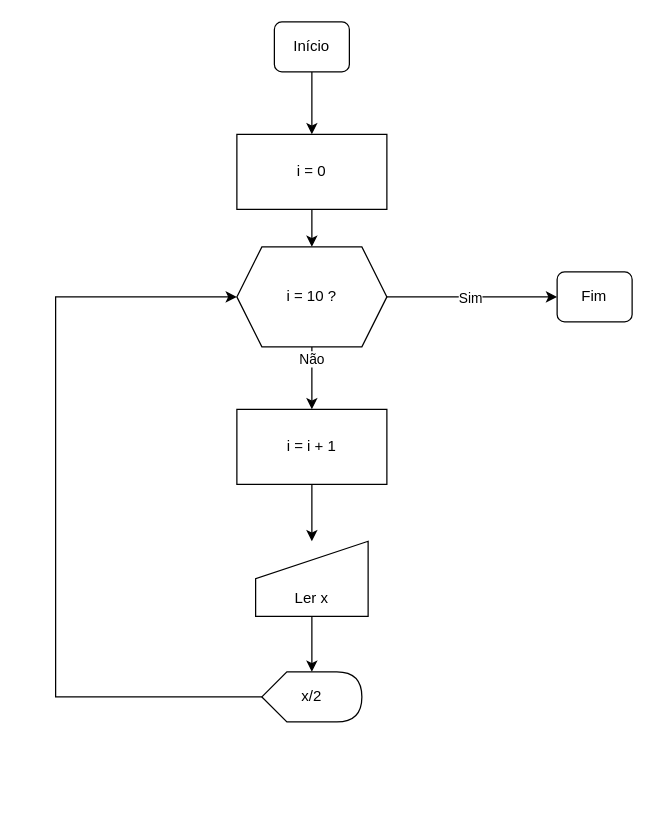
Before: atv_1_pt_3_ex_2.drawio in GustavoShudi/draw_io_algoritmo, a draw.io diagram. Source tidied: cells renumbered, new cells numbered last; positions are measured from the earlier drawing's top-left corner, leaving out a move shared by most shapes. Both pictures are drawn from the tidied source at 125%, with x=0, y=0 at pixel (55, 21).
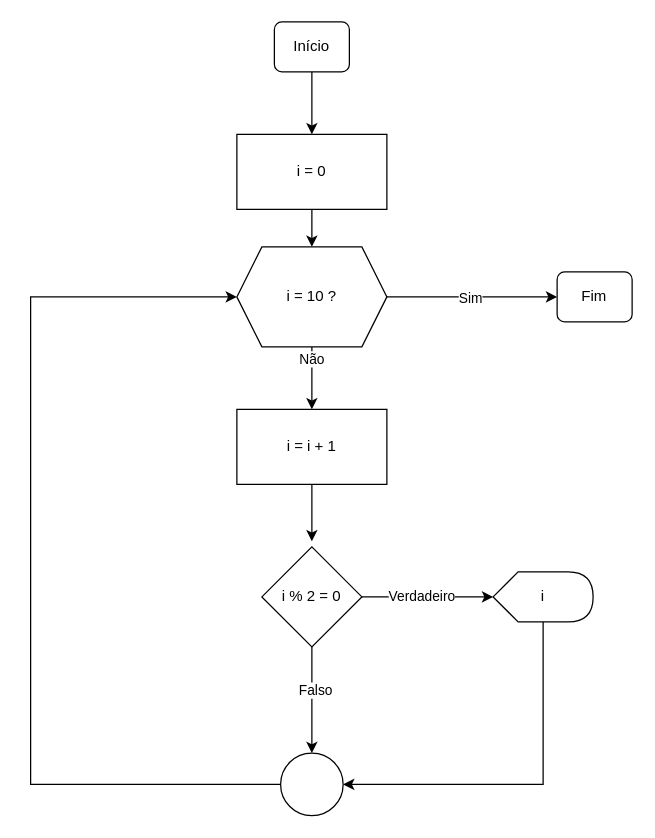
The same diagram, later.

Unchanged cells that the change refers to:
```xml
<mxCell id="12" value="i = 10 ?" style="shape=hexagon;perimeter=hexagonPerimeter2;whiteSpace=wrap;html=1;fixedSize=1;" parent="1" vertex="1">
  <mxGeometry x="145" y="180" width="120" height="80" as="geometry" />
</mxCell>
<mxCell id="14" value="i = i + 1" style="whiteSpace=wrap;html=1;" parent="1" vertex="1">
  <mxGeometry x="145" y="310" width="120" height="60" as="geometry" />
</mxCell>
```

What changed in the source:
```diff
@@
-    <mxCell id="4" style="edgeStyle=orthogonalEdgeStyle;rounded=0;jettySize=auto;html=1;" parent="1" edge="1" source="5" target="16">
-      <mxGeometry relative="1" as="geometry" />
-    </mxCell>
-    <mxCell id="5" value="&lt;div&gt;&lt;br&gt;&lt;/div&gt;&lt;div&gt;&lt;br&gt;&lt;/div&gt;Ler x" style="shape=manualInput;whiteSpace=wrap;html=1;" parent="1" vertex="1">
-      <mxGeometry x="160" y="415.5" width="90" height="60" as="geometry" />
-    </mxCell>
@@
-    <mxCell id="13" style="edgeStyle=orthogonalEdgeStyle;rounded=0;jettySize=auto;html=1;" parent="1" edge="1" source="14" target="5">
-      <mxGeometry relative="1" as="geometry" />
+    <mxCell id="13" style="edgeStyle=orthogonalEdgeStyle;rounded=0;jettySize=auto;html=1;" parent="1" edge="1" source="14">
+      <mxGeometry relative="1" as="geometry">
+        <mxPoint x="205" y="415.5" as="targetPoint" />
+      </mxGeometry>
     </mxCell>
@@
-    <mxCell id="15" style="edgeStyle=orthogonalEdgeStyle;rounded=0;jettySize=auto;html=1;entryX=0;entryY=0.5;entryDx=0;entryDy=0;" parent="1" edge="1" source="16" target="12">
-      <mxGeometry relative="1" as="geometry">
-        <Array as="points">
-          <mxPoint y="540" />
-          <mxPoint y="220" />
-        </Array>
-      </mxGeometry>
-    </mxCell>
+    <mxCell id="18" style="edgeStyle=orthogonalEdgeStyle;rounded=0;jettySize=auto;html=1;entryX=1;entryY=0.5;entryDx=0;entryDy=0;" parent="1" edge="1" source="16" target="25">
+      <mxGeometry relative="1" as="geometry">
+        <Array as="points">
+          <mxPoint x="390" y="610" />
+        </Array>
+      </mxGeometry>
+    </mxCell>
-    <mxCell id="16" value="x/2" style="shape=display;whiteSpace=wrap;html=1;" parent="1" vertex="1">
-      <mxGeometry x="165" y="520" width="80" height="40" as="geometry" />
+    <mxCell id="16" value="i" style="shape=display;whiteSpace=wrap;html=1;" parent="1" vertex="1">
+      <mxGeometry x="350" y="440" width="80" height="40" as="geometry" />
     </mxCell>
@@
+    <mxCell id="19" style="edgeStyle=orthogonalEdgeStyle;rounded=0;jettySize=auto;html=1;" parent="1" edge="1" source="23" target="16">
+      <mxGeometry relative="1" as="geometry" />
+    </mxCell>
+    <mxCell id="20" value="Verdadeiro" style="edgeLabel;html=1;align=center;verticalAlign=middle;" parent="19" vertex="1">
+      <mxGeometry x="-0.1" y="1" relative="1" as="geometry" />
+    </mxCell>
+    <mxCell id="21" style="edgeStyle=orthogonalEdgeStyle;rounded=0;jettySize=auto;html=1;entryX=0.5;entryY=0;entryDx=0;entryDy=0;" parent="1" edge="1" source="23" target="25">
+      <mxGeometry relative="1" as="geometry" />
+    </mxCell>
+    <mxCell id="22" value="Falso" style="edgeLabel;html=1;align=center;verticalAlign=middle;" parent="21" vertex="1">
+      <mxGeometry x="-0.2" y="2" relative="1" as="geometry" />
+    </mxCell>
+    <mxCell id="23" value="i % 2 = 0" style="rhombus;whiteSpace=wrap;html=1;" parent="1" vertex="1">
+      <mxGeometry x="165" y="420" width="80" height="80" as="geometry" />
+    </mxCell>
+    <mxCell id="24" style="edgeStyle=orthogonalEdgeStyle;rounded=0;jettySize=auto;html=1;entryX=0;entryY=0.5;entryDx=0;entryDy=0;" parent="1" edge="1" source="25" target="12">
+      <mxGeometry relative="1" as="geometry">
+        <Array as="points">
+          <mxPoint x="-20" y="610" />
+          <mxPoint x="-20" y="220" />
+        </Array>
+      </mxGeometry>
+    </mxCell>
+    <mxCell id="25" style="ellipse;whiteSpace=wrap;html=1;" parent="1" vertex="1">
+      <mxGeometry x="180" y="585" width="50" height="50" as="geometry" />
+    </mxCell>
```
